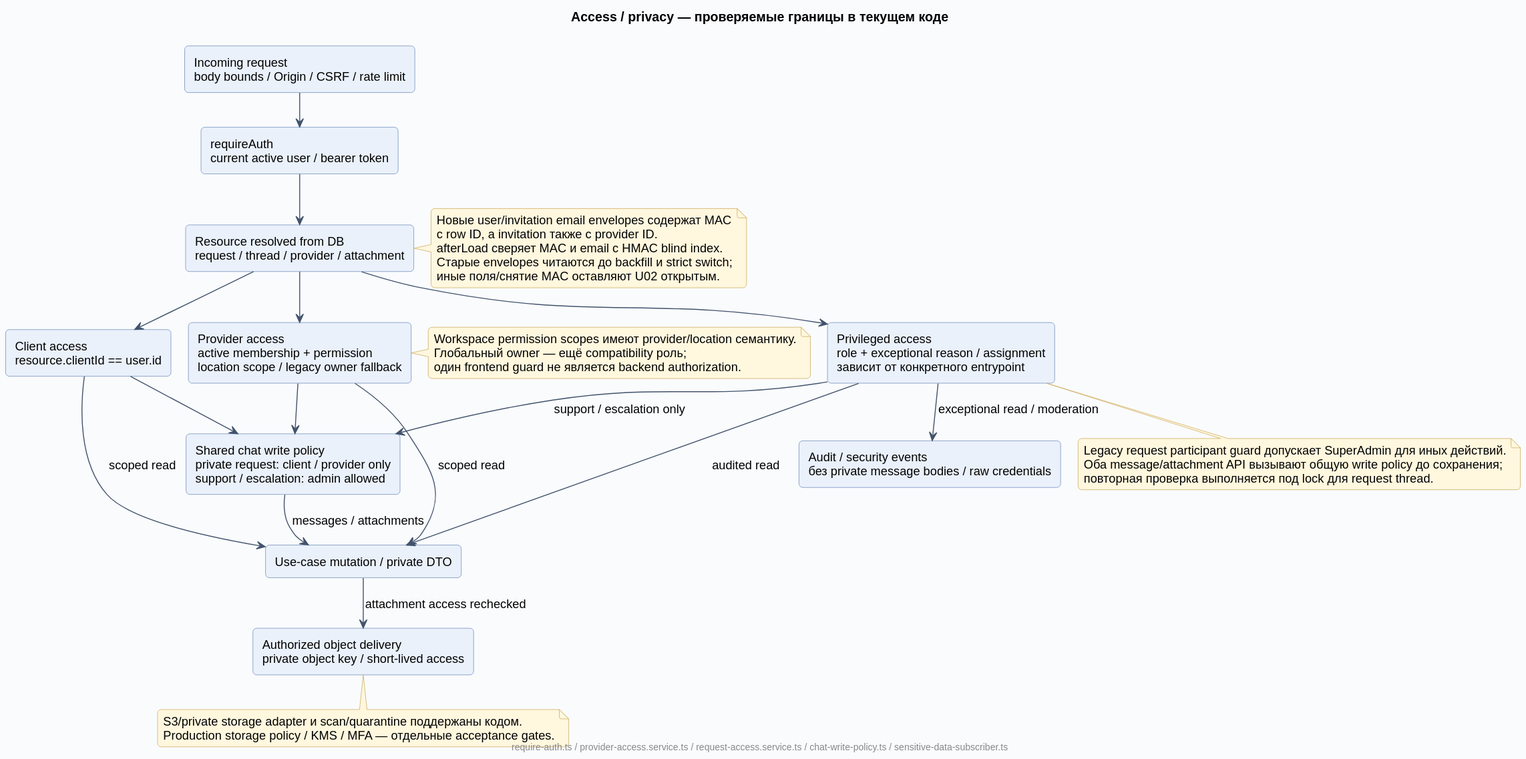
Before: docs/diagrams/rendered/09-access-privacy.svg, a diagram exported from PlantUML (Dima163163/auto-care-hub).
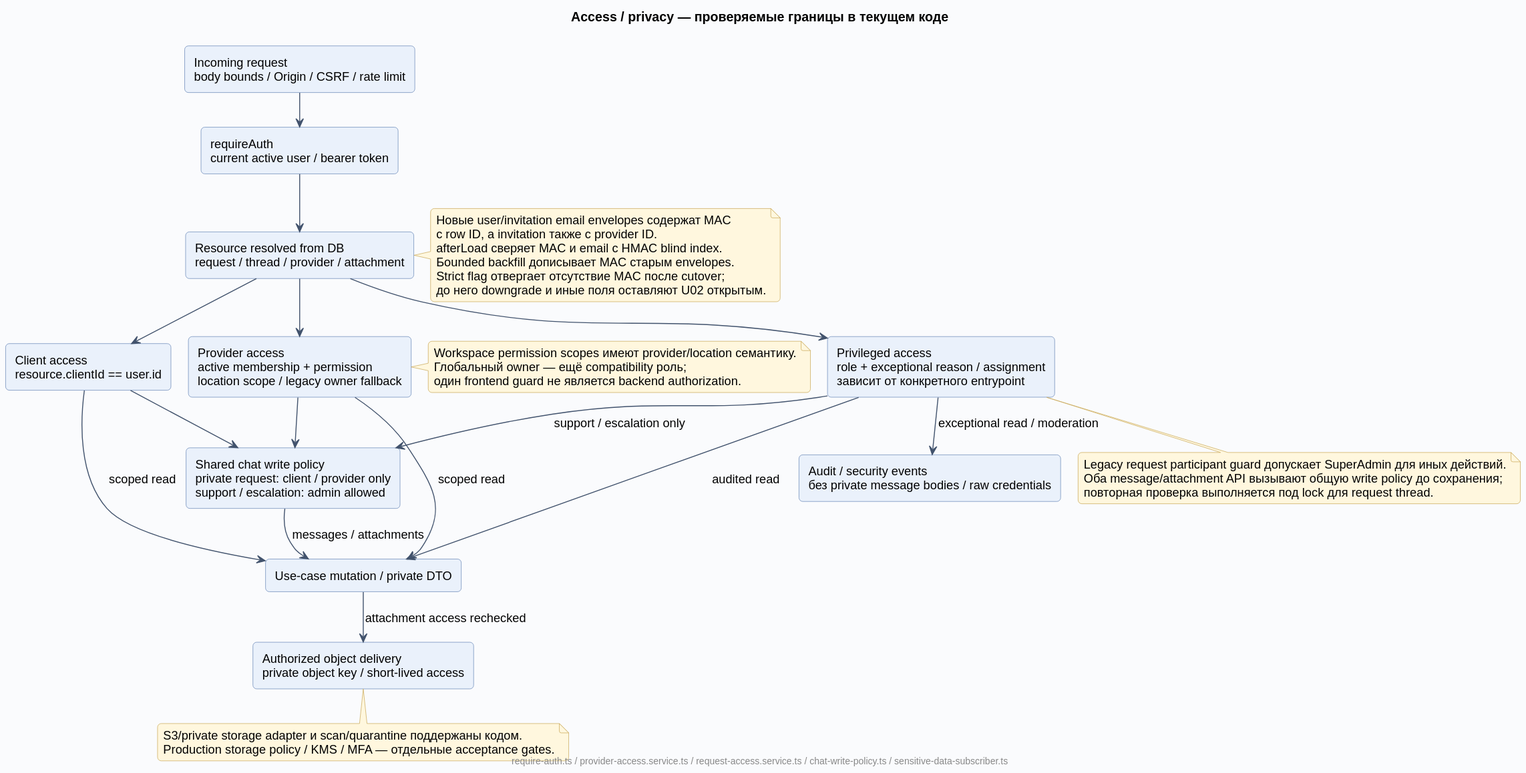
The same diagram one commit later.

What changed in the source:
```diff
@@ -35,8 +35,9 @@
   Новые user/invitation email envelopes содержат MAC
   с row ID, а invitation также с provider ID.
   afterLoad сверяет MAC и email с HMAC blind index.
-  Старые envelopes читаются до backfill и strict switch;
-  иные поля/снятие MAC оставляют U02 открытым.
+  Бounded backfill дописывает MAC старым envelopes.
+  Strict flag отвергает отсутствие MAC после cutover;
+  до него downgrade и иные поля оставляют U02 открытым.
 end note
 note bottom of Admin
   Legacy request participant guard допускает SuperAdmin для иных действий.
```
